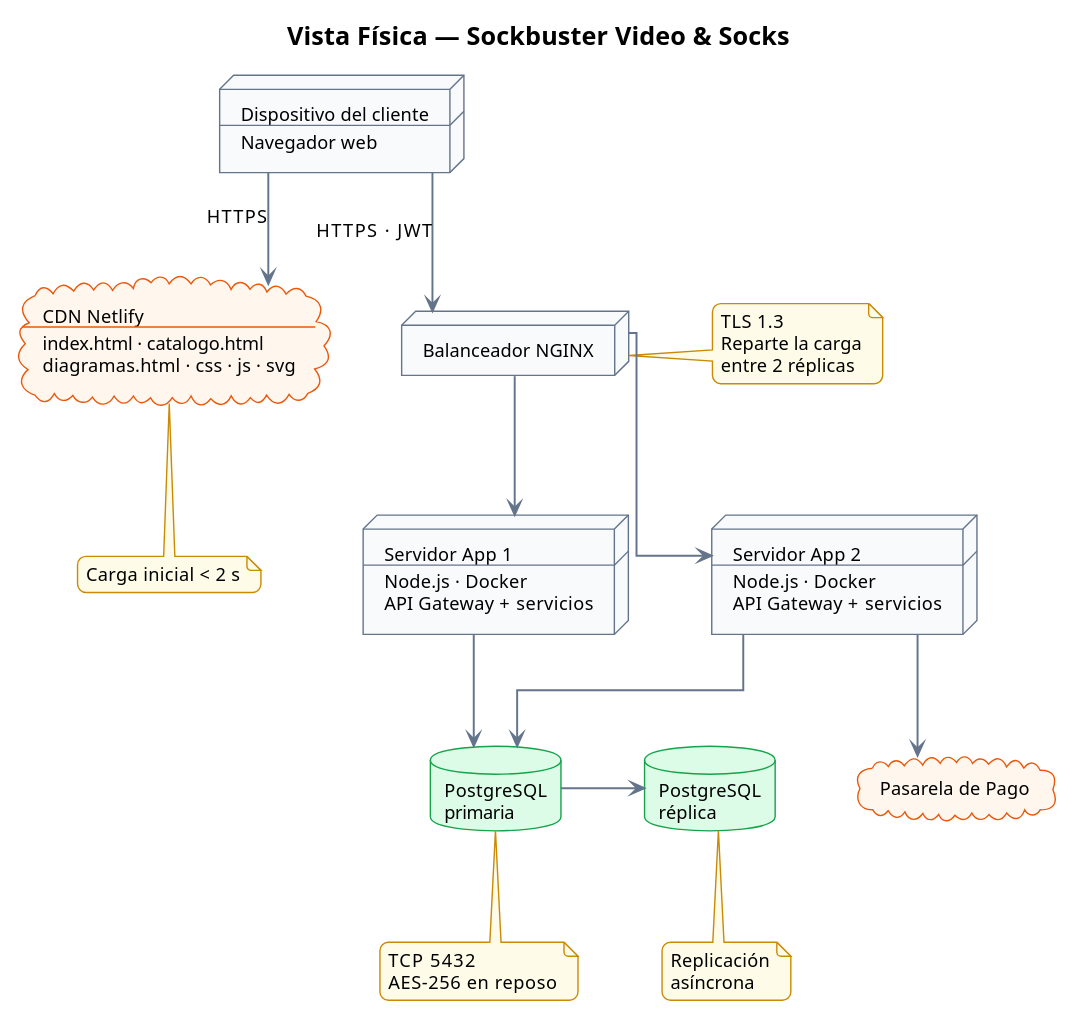
The PlantUML diagram diagramas/despliegue.svg in anthia333/sockbuster, before a commit.
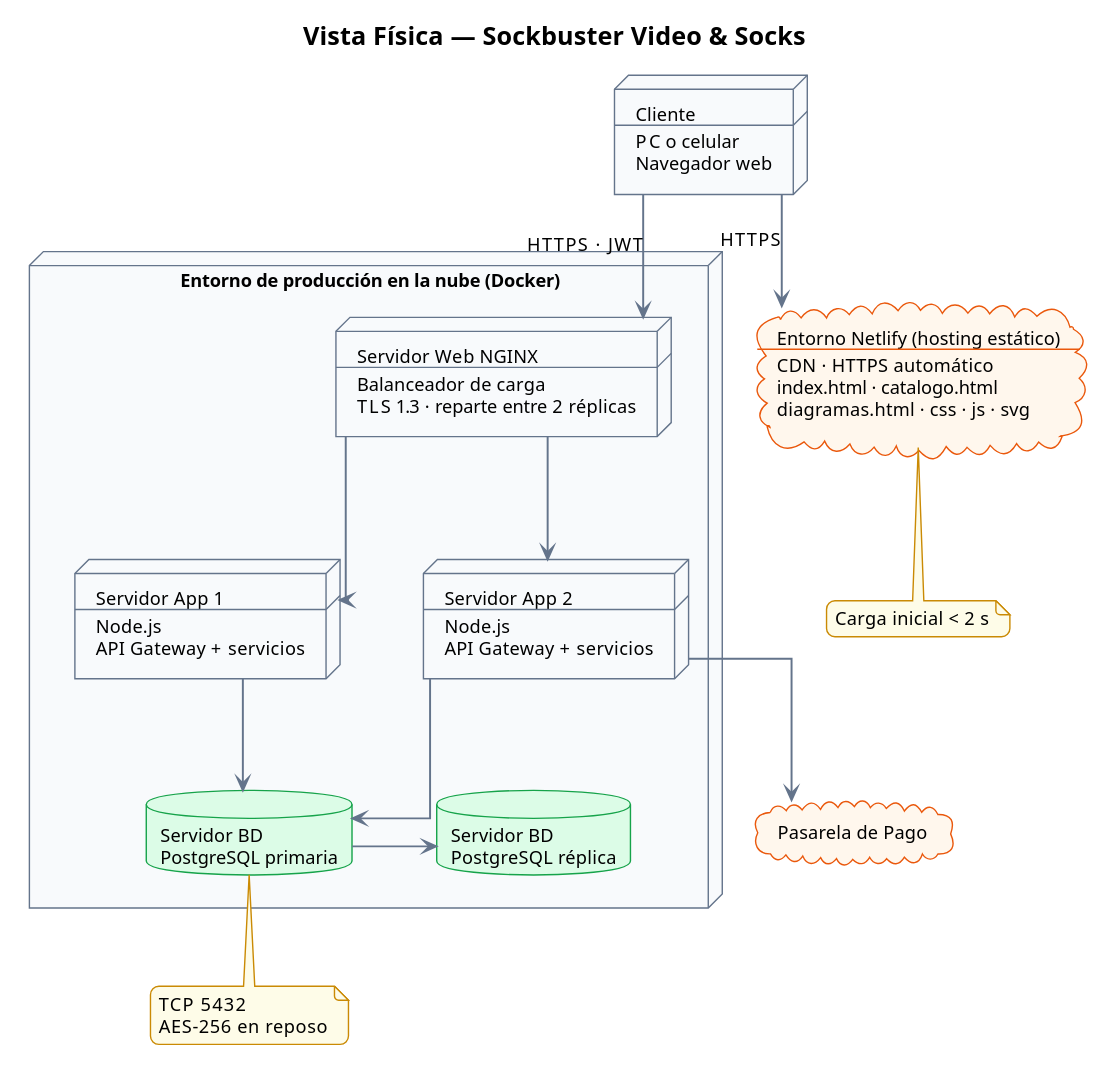
After the change.

Commit message:
Vista lógica: Usuario realiza Pedido. Vista física: servidor web y entornos de alojamiento explícitos

The edit, as a diff of the source:
```diff
@@ -23,21 +23,22 @@
 
 title Vista Física — Sockbuster Video & Socks
 
-node "Dispositivo del cliente\n----\nNavegador web" as Nav
+node "Cliente\n----\nPC o celular\nNavegador web" as Nav
 
-cloud "CDN Netlify\n----\nindex.html · catalogo.html\ndiagramas.html · css · js · svg" as CDN
-node "Balanceador NGINX" as LB
+cloud "Entorno Netlify (hosting estático)\n----\nCDN · HTTPS automático\nindex.html · catalogo.html\ndiagramas.html · css · js · svg" as CDN
 
-node "Servidor App 1\n----\nNode.js · Docker\nAPI Gateway + servicios" as App1
-node "Servidor App 2\n----\nNode.js · Docker\nAPI Gateway + servicios" as App2
-
-database "PostgreSQL\nprimaria" as DB1
-database "PostgreSQL\nréplica" as DB2
+node "Entorno de producción en la nube (Docker)" as Prod {
+  node "Servidor Web NGINX\n----\nBalanceador de carga\nTLS 1.3 · reparte entre 2 réplicas" as LB
+  node "Servidor App 1\n----\nNode.js\nAPI Gateway + servicios" as App1
+  node "Servidor App 2\n----\nNode.js\nAPI Gateway + servicios" as App2
+  database "Servidor BD\nPostgreSQL primaria" as DB1
+  database "Servidor BD\nPostgreSQL réplica" as DB2
+}
 cloud "Pasarela de Pago" as PG
 
 Nav --> CDN : HTTPS
 Nav --> LB : HTTPS · JWT
-CDN -[hidden]right- LB
+CDN -[hidden]right- Prod
 
 LB --> App1
 LB --> App2
@@ -46,21 +47,11 @@
 App1 --> DB1
 App2 --> DB1
 DB1 -right-> DB2
-DB2 -[hidden]right- PG
 App2 --> PG
 
-note right of LB
-  TLS 1.3
-  Reparte la carga
-  entre 2 réplicas
-end note
 note bottom of DB1
   TCP 5432
   AES-256 en reposo
-end note
-note bottom of DB2
-  Replicación
-  asíncrona
 end note
 note bottom of CDN
   Carga inicial < 2 s
```
